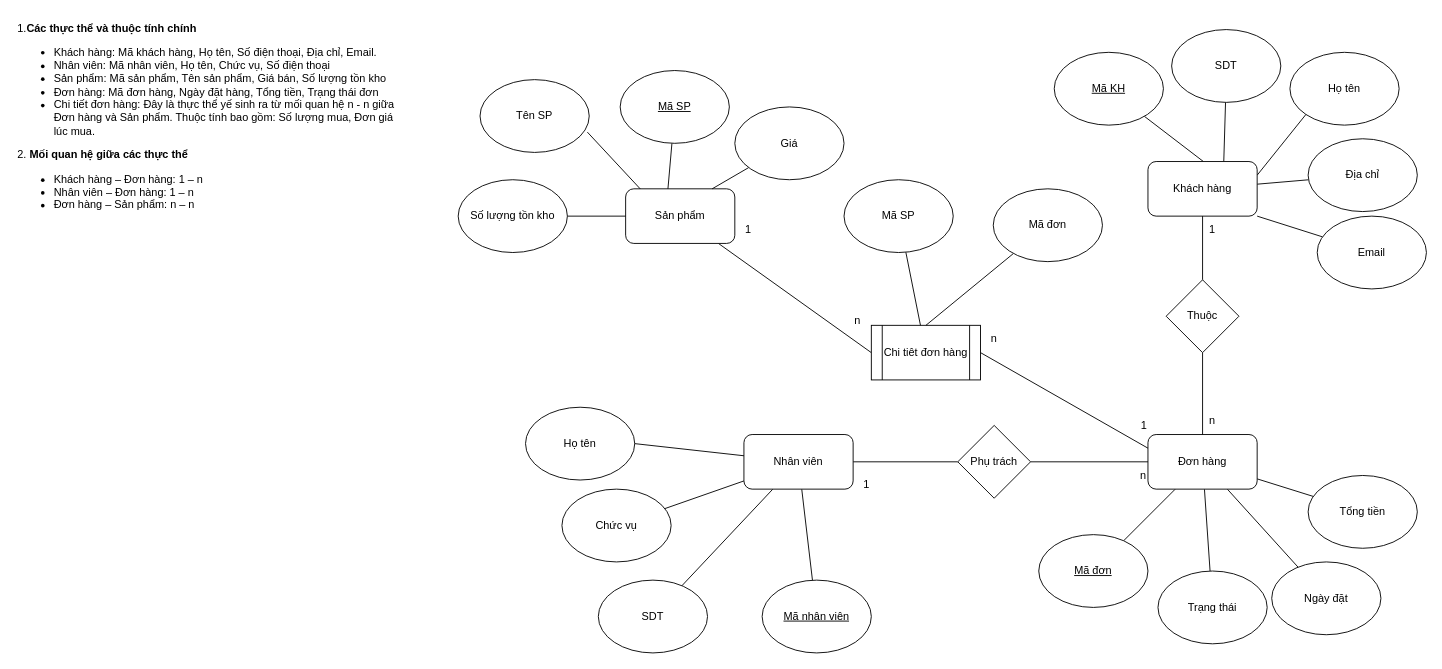
The draw.io diagram cau2.drawio in DuyTrung8403/session1-rikkei, before the edit. Source tidied: cells renumbered, new cells numbered last; positions are measured from the earlier drawing's top-left corner, leaving out a move shared by most shapes. Both pictures are drawn from the tidied source at 91%, with x=0, y=0 at pixel (15, 15).
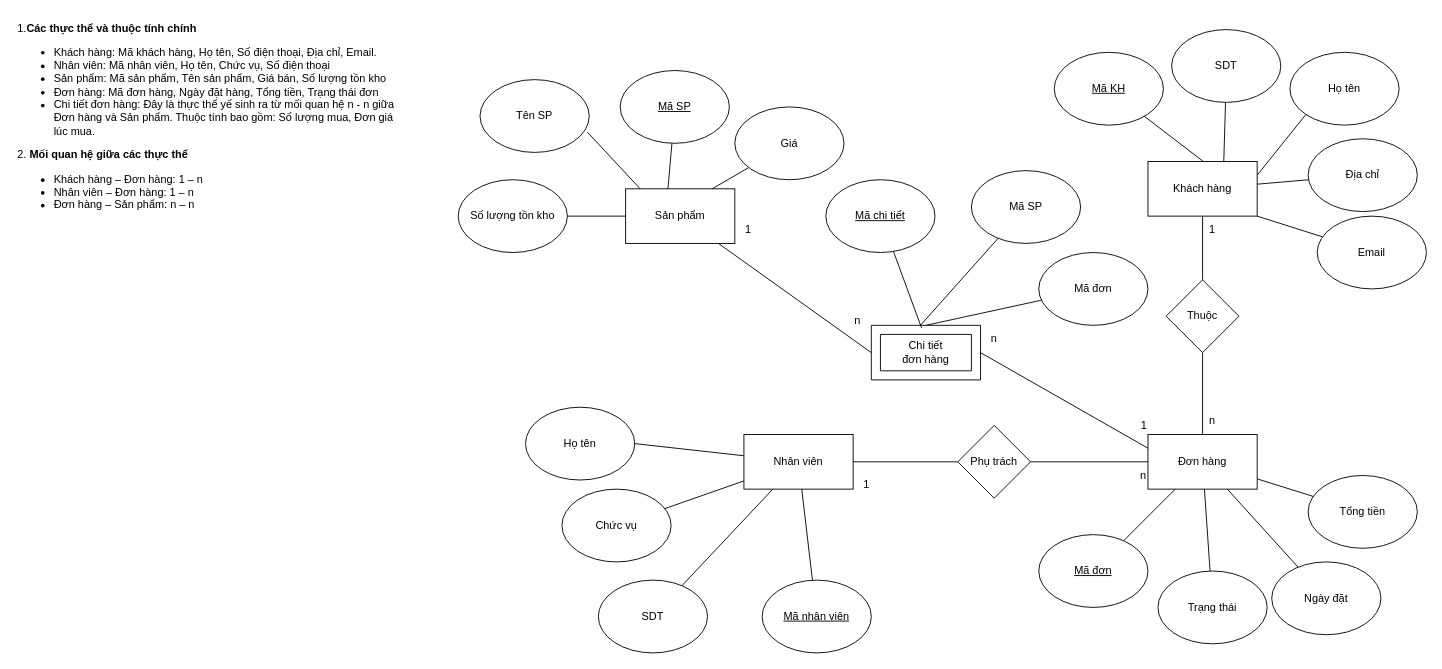
After the change.

Diff of the diagram source:
```diff
@@
-    <mxCell id="6" style="rounded=0;jettySize=auto;html=1;entryX=0;entryY=0.5;entryDx=0;entryDy=0;endArrow=none;endFill=0;" parent="1" edge="1" source="7" target="51">
-      <mxGeometry relative="1" as="geometry" />
+    <mxCell id="6" style="rounded=0;jettySize=auto;html=1;entryX=0;entryY=0.5;entryDx=0;entryDy=0;endArrow=none;endFill=0;" parent="1" edge="1" source="7">
+      <mxGeometry relative="1" as="geometry">
+        <mxPoint x="940" y="370" as="targetPoint" />
+      </mxGeometry>
     </mxCell>
-    <mxCell id="7" value="Sản phẩm" style="rounded=1;whiteSpace=wrap;html=1;" parent="1" vertex="1">
+    <mxCell id="7" value="Sản phẩm" style="rounded=0;whiteSpace=wrap;html=1;" parent="1" vertex="1">
       <mxGeometry x="670" y="190" width="120" height="60" as="geometry" />
     </mxCell>
@@
-    <mxCell id="18" value="Nhân viên" style="rounded=1;whiteSpace=wrap;html=1;" parent="1" vertex="1">
+    <mxCell id="18" value="Nhân viên" style="rounded=0;whiteSpace=wrap;html=1;fontFamily=Helvetica;fontSize=12;fontColor=default;align=center;verticalAlign=middle;strokeColor=default;fillColor=default;" parent="1" vertex="1">
       <mxGeometry x="800" y="460" width="120" height="60" as="geometry" />
     </mxCell>
@@
-    <mxCell id="27" value="Khách hàng" style="rounded=1;whiteSpace=wrap;html=1;" parent="1" vertex="1">
+    <mxCell id="27" value="Khách hàng" style="rounded=0;whiteSpace=wrap;html=1;fontFamily=Helvetica;fontSize=12;fontColor=default;align=center;verticalAlign=middle;strokeColor=default;fillColor=default;" parent="1" vertex="1">
       <mxGeometry x="1244" y="160" width="120" height="60" as="geometry" />
     </mxCell>
@@
-    <mxCell id="37" value="Đơn hàng" style="rounded=1;whiteSpace=wrap;html=1;" parent="1" vertex="1">
+    <mxCell id="37" value="Đơn hàng" style="rounded=0;whiteSpace=wrap;html=1;fontFamily=Helvetica;fontSize=12;fontColor=default;align=center;verticalAlign=middle;strokeColor=default;fillColor=default;" parent="1" vertex="1">
       <mxGeometry x="1244" y="460" width="120" height="60" as="geometry" />
     </mxCell>
@@
-    <mxCell id="42" style="rounded=0;jettySize=auto;html=1;entryX=0;entryY=0.25;entryDx=0;entryDy=0;endArrow=none;endFill=0;exitX=1;exitY=0.5;exitDx=0;exitDy=0;" parent="1" edge="1" source="51" target="37">
-      <mxGeometry relative="1" as="geometry" />
+    <mxCell id="42" style="rounded=0;jettySize=auto;html=1;entryX=0;entryY=0.25;entryDx=0;entryDy=0;endArrow=none;endFill=0;exitX=1;exitY=0.5;exitDx=0;exitDy=0;" parent="1" edge="1" target="37">
+      <mxGeometry relative="1" as="geometry">
+        <mxPoint x="1060" y="370" as="sourcePoint" />
+      </mxGeometry>
     </mxCell>
@@
-    <mxCell id="51" value="Chi tiêt đơn hàng" style="shape=process;whiteSpace=wrap;html=1;backgroundOutline=1;" parent="1" vertex="1">
-      <mxGeometry x="940" y="340" width="120" height="60" as="geometry" />
-    </mxCell>
@@
-    <mxCell id="57" style="rounded=0;jettySize=auto;html=1;endArrow=none;endFill=0;" parent="1" edge="1" source="58" target="51">
-      <mxGeometry relative="1" as="geometry" />
+    <mxCell id="57" style="rounded=0;jettySize=auto;html=1;endArrow=none;endFill=0;" parent="1" edge="1" source="58">
+      <mxGeometry relative="1" as="geometry">
+        <mxPoint x="994" y="340" as="targetPoint" />
+      </mxGeometry>
     </mxCell>
     <mxCell id="58" value="Mã SP" style="ellipse;whiteSpace=wrap;html=1;" parent="1" vertex="1">
-      <mxGeometry x="910" y="180" width="120" height="80" as="geometry" />
+      <mxGeometry x="1050" y="170" width="120" height="80" as="geometry" />
     </mxCell>
-    <mxCell id="59" style="rounded=0;jettySize=auto;html=1;entryX=0.5;entryY=0;entryDx=0;entryDy=0;endArrow=none;endFill=0;" parent="1" edge="1" source="60" target="51">
-      <mxGeometry relative="1" as="geometry" />
+    <mxCell id="59" style="rounded=0;jettySize=auto;html=1;entryX=0.5;entryY=0;entryDx=0;entryDy=0;endArrow=none;endFill=0;" parent="1" edge="1" source="60">
+      <mxGeometry relative="1" as="geometry">
+        <mxPoint x="1000" y="340" as="targetPoint" />
+      </mxGeometry>
     </mxCell>
     <mxCell id="60" value="Mã đơn" style="ellipse;whiteSpace=wrap;html=1;" parent="1" vertex="1">
-      <mxGeometry x="1074" y="190" width="120" height="80" as="geometry" />
+      <mxGeometry x="1124" y="260" width="120" height="80" as="geometry" />
     </mxCell>
@@
+    <mxCell id="62" style="verticalLabelPosition=bottom;verticalAlign=top;html=1;shape=mxgraph.basic.frame;dx=10;whiteSpace=wrap;" parent="1" vertex="1">
+      <mxGeometry x="940" y="340" width="120" height="60" as="geometry" />
+    </mxCell>
+    <mxCell id="63" value="Chi tiết đơn hàng" style="text;html=1;whiteSpace=wrap;strokeColor=none;fillColor=none;align=center;verticalAlign=middle;rounded=0;" parent="1" vertex="1">
+      <mxGeometry x="970" y="355" width="60" height="30" as="geometry" />
+    </mxCell>
+    <mxCell id="64" value="Mã chi tiết" style="ellipse;whiteSpace=wrap;html=1;fontStyle=4;" parent="1" vertex="1">
+      <mxGeometry x="890" y="180" width="120" height="80" as="geometry" />
+    </mxCell>
+    <mxCell id="65" style="rounded=0;jettySize=auto;html=1;entryX=0.46;entryY=0.047;entryDx=0;entryDy=0;entryPerimeter=0;endArrow=none;endFill=0;" parent="1" edge="1" source="64" target="62">
+      <mxGeometry relative="1" as="geometry" />
+    </mxCell>
```
